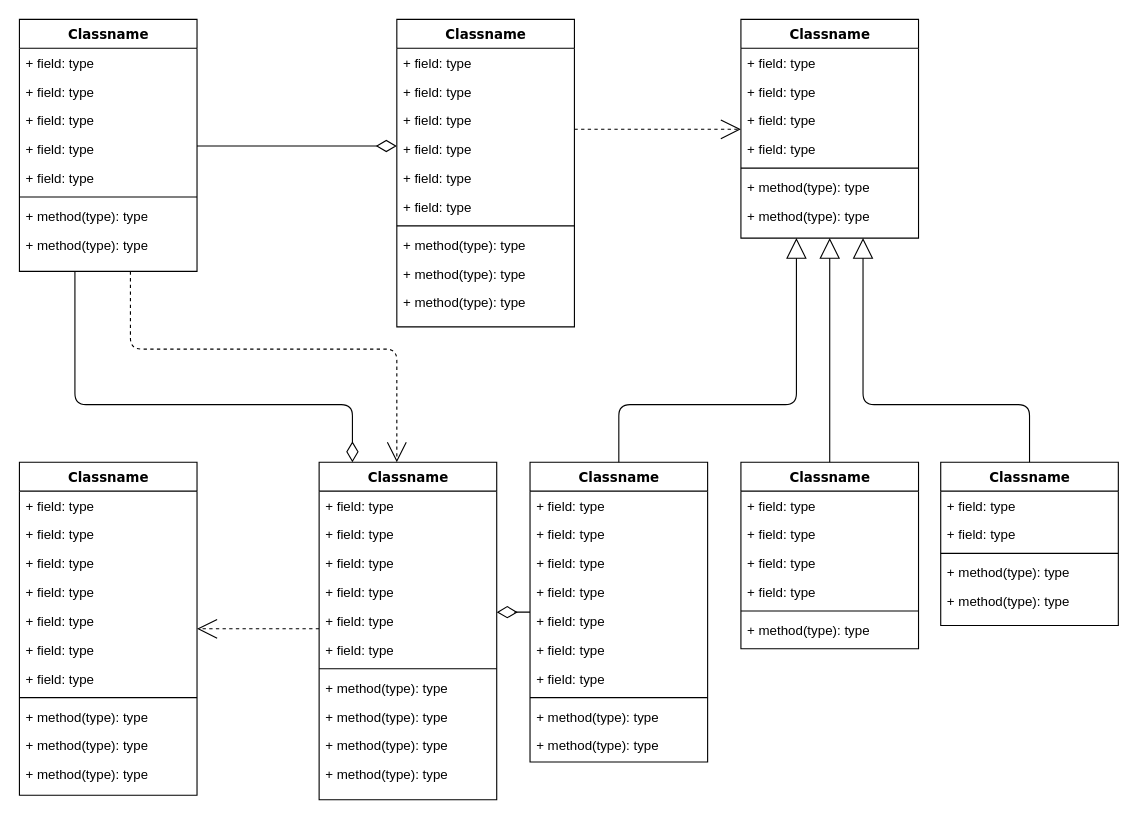
Earlier version of the draw.io diagram 需求分析.drawio (ScarboroughCoral/Draw.io.Storage). Source tidied: cells renumbered, new cells numbered last; positions are measured from the earlier drawing's top-left corner, leaving out a move shared by most shapes. Both pictures are drawn from the tidied source at 111%, with x=0, y=0 at pixel (19, 19).
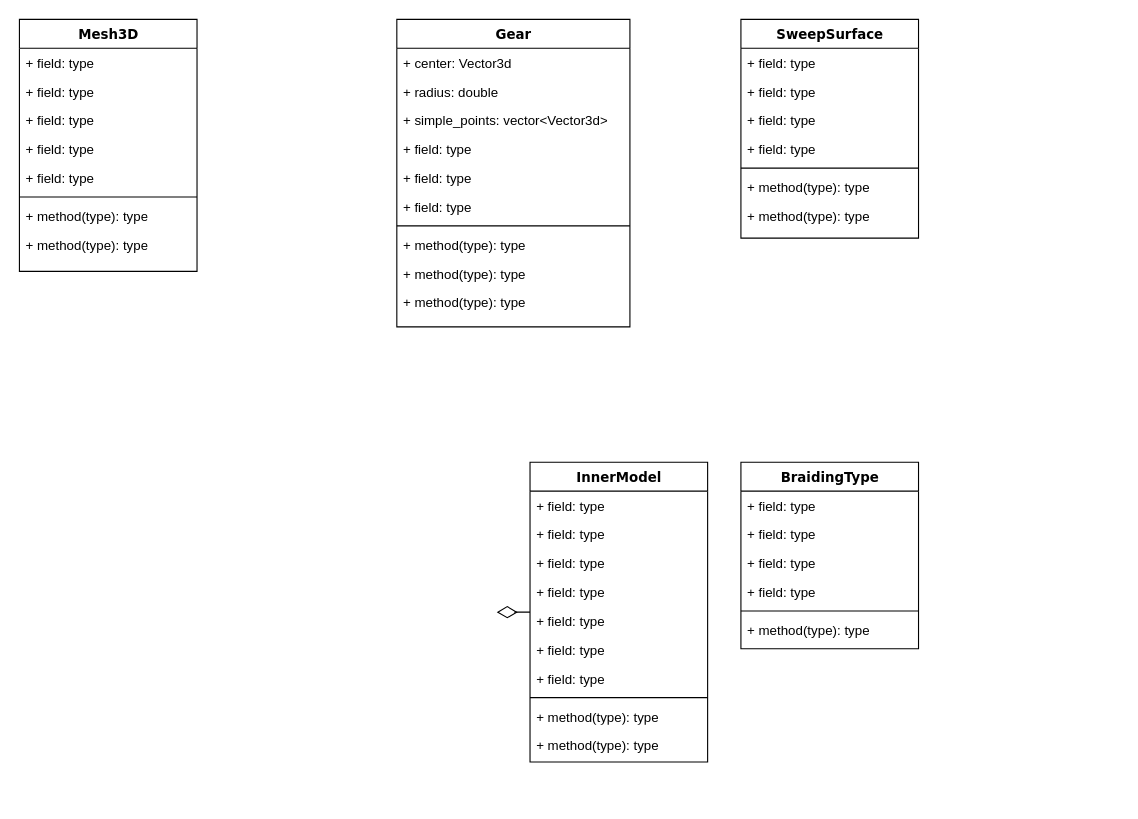
After the change.

The edit, as a diff of the source:
```diff
@@
-    <mxCell id="2" style="edgeStyle=orthogonalEdgeStyle;html=1;labelBackgroundColor=none;startFill=0;startSize=8;endArrow=open;endFill=0;endSize=16;fontFamily=Verdana;fontSize=12;dashed=1;" parent="1" edge="1" source="4" target="47">
-      <mxGeometry relative="1" as="geometry">
-        <Array as="points">
-          <mxPoint x="100" y="297" />
-          <mxPoint x="340" y="297" />
-        </Array>
-      </mxGeometry>
-    </mxCell>
-    <mxCell id="3" style="edgeStyle=orthogonalEdgeStyle;html=1;labelBackgroundColor=none;startFill=0;startSize=8;endArrow=diamondThin;endFill=0;endSize=16;fontFamily=Verdana;fontSize=12;" parent="1" edge="1" source="4" target="47">
-      <mxGeometry relative="1" as="geometry">
-        <Array as="points">
-          <mxPoint x="50" y="347" />
-          <mxPoint x="300" y="347" />
-        </Array>
-      </mxGeometry>
-    </mxCell>
-    <mxCell id="4" value="Classname" style="swimlane;html=1;fontStyle=1;align=center;verticalAlign=top;horizontal=1;startSize=26;swimlaneFillColor=#ffffff;rounded=0;shadow=0;comic=0;labelBackgroundColor=none;strokeWidth=1;fillColor=none;fontFamily=Verdana;fontSize=12;" parent="1" vertex="1">
+    <mxCell id="4" value="Mesh3D" style="swimlane;html=1;fontStyle=1;align=center;verticalAlign=top;horizontal=1;startSize=26;swimlaneFillColor=#ffffff;rounded=0;shadow=0;comic=0;labelBackgroundColor=none;strokeWidth=1;fillColor=none;fontFamily=Verdana;fontSize=12;" parent="1" vertex="1">
       <mxGeometry width="160" height="227" as="geometry" />
     </mxCell>
@@
-    <mxCell id="13" style="edgeStyle=elbowEdgeStyle;html=1;labelBackgroundColor=none;startFill=0;startSize=8;endArrow=open;endFill=0;endSize=16;fontFamily=Verdana;fontSize=12;elbow=vertical;dashed=1;" parent="1" edge="1" source="14" target="25">
-      <mxGeometry relative="1" as="geometry" />
-    </mxCell>
-    <mxCell id="14" value="Classname" style="swimlane;html=1;fontStyle=1;align=center;verticalAlign=top;horizontal=1;startSize=26;swimlaneFillColor=#ffffff;rounded=0;shadow=0;comic=0;labelBackgroundColor=none;strokeWidth=1;fillColor=none;fontFamily=Verdana;fontSize=12;" parent="1" vertex="1">
-      <mxGeometry x="340" width="160" height="277" as="geometry" />
+    <mxCell id="14" value="Gear" style="swimlane;html=1;fontStyle=1;align=center;verticalAlign=top;horizontal=1;startSize=26;swimlaneFillColor=#ffffff;rounded=0;shadow=0;comic=0;labelBackgroundColor=none;strokeWidth=1;fillColor=none;fontFamily=Verdana;fontSize=12;" parent="1" vertex="1">
+      <mxGeometry x="340" width="210" height="277" as="geometry" />
     </mxCell>
-    <mxCell id="15" value="+ field: type" style="text;html=1;strokeColor=none;fillColor=none;align=left;verticalAlign=top;spacingLeft=4;spacingRight=4;whiteSpace=wrap;overflow=hidden;" parent="14" vertex="1">
-      <mxGeometry y="26" width="160" height="26" as="geometry" />
+    <mxCell id="15" value="+ center: Vector3d" style="text;html=1;strokeColor=none;fillColor=none;align=left;verticalAlign=top;spacingLeft=4;spacingRight=4;whiteSpace=wrap;overflow=hidden;" parent="14" vertex="1">
+      <mxGeometry y="26" width="210" height="26" as="geometry" />
     </mxCell>
-    <mxCell id="16" value="+ field: type" style="text;html=1;strokeColor=none;fillColor=none;align=left;verticalAlign=top;spacingLeft=4;spacingRight=4;whiteSpace=wrap;overflow=hidden;" parent="14" vertex="1">
-      <mxGeometry y="52" width="160" height="26" as="geometry" />
+    <mxCell id="16" value="+ radius: double" style="text;html=1;strokeColor=none;fillColor=none;align=left;verticalAlign=top;spacingLeft=4;spacingRight=4;whiteSpace=wrap;overflow=hidden;" parent="14" vertex="1">
+      <mxGeometry y="52" width="210" height="26" as="geometry" />
     </mxCell>
-    <mxCell id="17" value="+ field: type" style="text;html=1;strokeColor=none;fillColor=none;align=left;verticalAlign=top;spacingLeft=4;spacingRight=4;whiteSpace=wrap;overflow=hidden;" parent="14" vertex="1">
-      <mxGeometry y="78" width="160" height="26" as="geometry" />
+    <mxCell id="17" value="+ simple_points: vector&amp;lt;Vector3d&amp;gt;" style="text;html=1;strokeColor=none;fillColor=none;align=left;verticalAlign=top;spacingLeft=4;spacingRight=4;whiteSpace=wrap;overflow=hidden;" parent="14" vertex="1">
+      <mxGeometry y="78" width="210" height="26" as="geometry" />
     </mxCell>
     <mxCell id="18" value="+ field: type" style="text;html=1;strokeColor=none;fillColor=none;align=left;verticalAlign=top;spacingLeft=4;spacingRight=4;whiteSpace=wrap;overflow=hidden;" parent="14" vertex="1">
-      <mxGeometry y="104" width="160" height="26" as="geometry" />
+      <mxGeometry y="104" width="210" height="26" as="geometry" />
     </mxCell>
     <mxCell id="19" value="+ field: type" style="text;html=1;strokeColor=none;fillColor=none;align=left;verticalAlign=top;spacingLeft=4;spacingRight=4;whiteSpace=wrap;overflow=hidden;" parent="14" vertex="1">
-      <mxGeometry y="130" width="160" height="26" as="geometry" />
+      <mxGeometry y="130" width="210" height="26" as="geometry" />
     </mxCell>
     <mxCell id="20" value="+ field: type" style="text;html=1;strokeColor=none;fillColor=none;align=left;verticalAlign=top;spacingLeft=4;spacingRight=4;whiteSpace=wrap;overflow=hidden;" parent="14" vertex="1">
-      <mxGeometry y="156" width="160" height="26" as="geometry" />
+      <mxGeometry y="156" width="210" height="26" as="geometry" />
     </mxCell>
     <mxCell id="21" style="line;html=1;strokeWidth=1;fillColor=none;align=left;verticalAlign=middle;spacingTop=-1;spacingLeft=3;spacingRight=3;labelPosition=right;" parent="14" vertex="1">
-      <mxGeometry y="182" width="160" height="8" as="geometry" />
+      <mxGeometry y="182" width="210" height="8" as="geometry" />
     </mxCell>
     <mxCell id="22" value="+ method(type): type" style="text;html=1;strokeColor=none;fillColor=none;align=left;verticalAlign=top;spacingLeft=4;spacingRight=4;whiteSpace=wrap;overflow=hidden;" parent="14" vertex="1">
-      <mxGeometry y="190" width="160" height="26" as="geometry" />
+      <mxGeometry y="190" width="210" height="26" as="geometry" />
     </mxCell>
     <mxCell id="23" value="+ method(type): type" style="text;html=1;strokeColor=none;fillColor=none;align=left;verticalAlign=top;spacingLeft=4;spacingRight=4;whiteSpace=wrap;overflow=hidden;" parent="14" vertex="1">
-      <mxGeometry y="216" width="160" height="26" as="geometry" />
+      <mxGeometry y="216" width="210" height="26" as="geometry" />
     </mxCell>
     <mxCell id="24" value="+ method(type): type" style="text;html=1;strokeColor=none;fillColor=none;align=left;verticalAlign=top;spacingLeft=4;spacingRight=4;whiteSpace=wrap;overflow=hidden;" parent="14" vertex="1">
-      <mxGeometry y="242" width="160" height="26" as="geometry" />
+      <mxGeometry y="242" width="210" height="26" as="geometry" />
     </mxCell>
-    <mxCell id="25" value="Classname" style="swimlane;html=1;fontStyle=1;align=center;verticalAlign=top;horizontal=1;startSize=26;swimlaneFillColor=#ffffff;rounded=0;shadow=0;comic=0;labelBackgroundColor=none;strokeWidth=1;fillColor=none;fontFamily=Verdana;fontSize=12;" parent="1" vertex="1">
+    <mxCell id="25" value="SweepSurface" style="swimlane;html=1;fontStyle=1;align=center;verticalAlign=top;horizontal=1;startSize=26;swimlaneFillColor=#ffffff;rounded=0;shadow=0;comic=0;labelBackgroundColor=none;strokeWidth=1;fillColor=none;fontFamily=Verdana;fontSize=12;" parent="1" vertex="1">
       <mxGeometry x="650" width="160" height="197" as="geometry" />
     </mxCell>
@@
-    <mxCell id="33" style="edgeStyle=elbowEdgeStyle;html=1;labelBackgroundColor=none;startFill=0;startSize=8;endArrow=open;endFill=0;endSize=16;fontFamily=Verdana;fontSize=12;elbow=vertical;dashed=1;" parent="1" edge="1" source="47" target="34">
-      <mxGeometry relative="1" as="geometry" />
-    </mxCell>
-    <mxCell id="34" value="Classname" style="swimlane;html=1;fontStyle=1;align=center;verticalAlign=top;horizontal=1;startSize=26;swimlaneFillColor=#ffffff;rounded=0;shadow=0;comic=0;labelBackgroundColor=none;strokeWidth=1;fillColor=none;fontFamily=Verdana;fontSize=12;" parent="1" vertex="1">
-      <mxGeometry y="399" width="160" height="300" as="geometry" />
-    </mxCell>
-    <mxCell id="35" value="+ field: type" style="text;html=1;strokeColor=none;fillColor=none;align=left;verticalAlign=top;spacingLeft=4;spacingRight=4;whiteSpace=wrap;overflow=hidden;" parent="34" vertex="1">
-      <mxGeometry y="26" width="160" height="26" as="geometry" />
-    </mxCell>
-    <mxCell id="36" value="+ field: type" style="text;html=1;strokeColor=none;fillColor=none;align=left;verticalAlign=top;spacingLeft=4;spacingRight=4;whiteSpace=wrap;overflow=hidden;" parent="34" vertex="1">
-      <mxGeometry y="52" width="160" height="26" as="geometry" />
-    </mxCell>
-    <mxCell id="37" value="+ field: type" style="text;html=1;strokeColor=none;fillColor=none;align=left;verticalAlign=top;spacingLeft=4;spacingRight=4;whiteSpace=wrap;overflow=hidden;" parent="34" vertex="1">
-      <mxGeometry y="78" width="160" height="26" as="geometry" />
-    </mxCell>
-    <mxCell id="38" value="+ field: type" style="text;html=1;strokeColor=none;fillColor=none;align=left;verticalAlign=top;spacingLeft=4;spacingRight=4;whiteSpace=wrap;overflow=hidden;" parent="34" vertex="1">
-      <mxGeometry y="104" width="160" height="26" as="geometry" />
-    </mxCell>
-    <mxCell id="39" value="+ field: type" style="text;html=1;strokeColor=none;fillColor=none;align=left;verticalAlign=top;spacingLeft=4;spacingRight=4;whiteSpace=wrap;overflow=hidden;" parent="34" vertex="1">
-      <mxGeometry y="130" width="160" height="26" as="geometry" />
-    </mxCell>
-    <mxCell id="40" value="+ field: type" style="text;html=1;strokeColor=none;fillColor=none;align=left;verticalAlign=top;spacingLeft=4;spacingRight=4;whiteSpace=wrap;overflow=hidden;" parent="34" vertex="1">
-      <mxGeometry y="156" width="160" height="26" as="geometry" />
-    </mxCell>
-    <mxCell id="41" value="+ field: type" style="text;html=1;strokeColor=none;fillColor=none;align=left;verticalAlign=top;spacingLeft=4;spacingRight=4;whiteSpace=wrap;overflow=hidden;" parent="34" vertex="1">
-      <mxGeometry y="182" width="160" height="26" as="geometry" />
-    </mxCell>
-    <mxCell id="42" style="line;html=1;strokeWidth=1;fillColor=none;align=left;verticalAlign=middle;spacingTop=-1;spacingLeft=3;spacingRight=3;labelPosition=right;" parent="34" vertex="1">
-      <mxGeometry y="208" width="160" height="8" as="geometry" />
-    </mxCell>
-    <mxCell id="43" value="+ method(type): type" style="text;html=1;strokeColor=none;fillColor=none;align=left;verticalAlign=top;spacingLeft=4;spacingRight=4;whiteSpace=wrap;overflow=hidden;" parent="34" vertex="1">
-      <mxGeometry y="216" width="160" height="26" as="geometry" />
-    </mxCell>
-    <mxCell id="44" value="+ method(type): type" style="text;html=1;strokeColor=none;fillColor=none;align=left;verticalAlign=top;spacingLeft=4;spacingRight=4;whiteSpace=wrap;overflow=hidden;" parent="34" vertex="1">
-      <mxGeometry y="242" width="160" height="26" as="geometry" />
-    </mxCell>
-    <mxCell id="45" value="+ method(type): type" style="text;html=1;strokeColor=none;fillColor=none;align=left;verticalAlign=top;spacingLeft=4;spacingRight=4;whiteSpace=wrap;overflow=hidden;" parent="34" vertex="1">
-      <mxGeometry y="268" width="160" height="26" as="geometry" />
-    </mxCell>
-    <mxCell id="46" style="edgeStyle=elbowEdgeStyle;html=1;labelBackgroundColor=none;startFill=0;startSize=8;endArrow=diamondThin;endFill=0;endSize=16;fontFamily=Verdana;fontSize=12;elbow=vertical;" parent="1" edge="1" source="60" target="47">
-      <mxGeometry relative="1" as="geometry" />
+    <mxCell id="46" style="edgeStyle=elbowEdgeStyle;html=1;labelBackgroundColor=none;startFill=0;startSize=8;endArrow=diamondThin;endFill=0;endSize=16;fontFamily=Verdana;fontSize=12;elbow=vertical;" parent="1" edge="1" source="60">
+      <mxGeometry relative="1" as="geometry">
+        <mxPoint x="430" y="534" as="targetPoint" />
+      </mxGeometry>
     </mxCell>
-    <mxCell id="47" value="Classname" style="swimlane;html=1;fontStyle=1;align=center;verticalAlign=top;horizontal=1;startSize=26;swimlaneFillColor=#ffffff;rounded=0;shadow=0;comic=0;labelBackgroundColor=none;strokeWidth=1;fillColor=none;fontFamily=Verdana;fontSize=12;" parent="1" vertex="1">
-      <mxGeometry x="270" y="399" width="160" height="304" as="geometry" />
-    </mxCell>
-    <mxCell id="48" value="+ field: type" style="text;html=1;strokeColor=none;fillColor=none;align=left;verticalAlign=top;spacingLeft=4;spacingRight=4;whiteSpace=wrap;overflow=hidden;" parent="47" vertex="1">
-      <mxGeometry y="26" width="160" height="26" as="geometry" />
-    </mxCell>
-    <mxCell id="49" value="+ field: type" style="text;html=1;strokeColor=none;fillColor=none;align=left;verticalAlign=top;spacingLeft=4;spacingRight=4;whiteSpace=wrap;overflow=hidden;" parent="47" vertex="1">
-      <mxGeometry y="52" width="160" height="26" as="geometry" />
-    </mxCell>
-    <mxCell id="50" value="+ field: type" style="text;html=1;strokeColor=none;fillColor=none;align=left;verticalAlign=top;spacingLeft=4;spacingRight=4;whiteSpace=wrap;overflow=hidden;" parent="47" vertex="1">
-      <mxGeometry y="78" width="160" height="26" as="geometry" />
-    </mxCell>
-    <mxCell id="51" value="+ field: type" style="text;html=1;strokeColor=none;fillColor=none;align=left;verticalAlign=top;spacingLeft=4;spacingRight=4;whiteSpace=wrap;overflow=hidden;" parent="47" vertex="1">
-      <mxGeometry y="104" width="160" height="26" as="geometry" />
-    </mxCell>
-    <mxCell id="52" value="+ field: type" style="text;html=1;strokeColor=none;fillColor=none;align=left;verticalAlign=top;spacingLeft=4;spacingRight=4;whiteSpace=wrap;overflow=hidden;" parent="47" vertex="1">
-      <mxGeometry y="130" width="160" height="26" as="geometry" />
-    </mxCell>
-    <mxCell id="53" value="+ field: type" style="text;html=1;strokeColor=none;fillColor=none;align=left;verticalAlign=top;spacingLeft=4;spacingRight=4;whiteSpace=wrap;overflow=hidden;" parent="47" vertex="1">
-      <mxGeometry y="156" width="160" height="26" as="geometry" />
-    </mxCell>
-    <mxCell id="54" style="line;html=1;strokeWidth=1;fillColor=none;align=left;verticalAlign=middle;spacingTop=-1;spacingLeft=3;spacingRight=3;labelPosition=right;" parent="47" vertex="1">
-      <mxGeometry y="182" width="160" height="8" as="geometry" />
-    </mxCell>
-    <mxCell id="55" value="+ method(type): type" style="text;html=1;strokeColor=none;fillColor=none;align=left;verticalAlign=top;spacingLeft=4;spacingRight=4;whiteSpace=wrap;overflow=hidden;" parent="47" vertex="1">
-      <mxGeometry y="190" width="160" height="26" as="geometry" />
-    </mxCell>
-    <mxCell id="56" value="+ method(type): type" style="text;html=1;strokeColor=none;fillColor=none;align=left;verticalAlign=top;spacingLeft=4;spacingRight=4;whiteSpace=wrap;overflow=hidden;" parent="47" vertex="1">
-      <mxGeometry y="216" width="160" height="26" as="geometry" />
-    </mxCell>
-    <mxCell id="57" value="+ method(type): type" style="text;html=1;strokeColor=none;fillColor=none;align=left;verticalAlign=top;spacingLeft=4;spacingRight=4;whiteSpace=wrap;overflow=hidden;" parent="47" vertex="1">
-      <mxGeometry y="242" width="160" height="26" as="geometry" />
-    </mxCell>
-    <mxCell id="58" value="+ method(type): type" style="text;html=1;strokeColor=none;fillColor=none;align=left;verticalAlign=top;spacingLeft=4;spacingRight=4;whiteSpace=wrap;overflow=hidden;" parent="47" vertex="1">
-      <mxGeometry y="268" width="160" height="26" as="geometry" />
-    </mxCell>
-    <mxCell id="59" style="edgeStyle=orthogonalEdgeStyle;html=1;labelBackgroundColor=none;startFill=0;startSize=8;endArrow=block;endFill=0;endSize=16;fontFamily=Verdana;fontSize=12;" parent="1" edge="1" source="60" target="25">
-      <mxGeometry relative="1" as="geometry">
-        <Array as="points">
-          <mxPoint x="540" y="347" />
-          <mxPoint x="700" y="347" />
-        </Array>
-      </mxGeometry>
-    </mxCell>
-    <mxCell id="60" value="Classname" style="swimlane;html=1;fontStyle=1;align=center;verticalAlign=top;horizontal=1;startSize=26;swimlaneFillColor=#ffffff;rounded=0;shadow=0;comic=0;labelBackgroundColor=none;strokeWidth=1;fillColor=none;fontFamily=Verdana;fontSize=12;" parent="1" vertex="1">
+    <mxCell id="60" value="InnerModel" style="swimlane;html=1;fontStyle=1;align=center;verticalAlign=top;horizontal=1;startSize=26;swimlaneFillColor=#ffffff;rounded=0;shadow=0;comic=0;labelBackgroundColor=none;strokeWidth=1;fillColor=none;fontFamily=Verdana;fontSize=12;" parent="1" vertex="1">
       <mxGeometry x="460" y="399" width="160" height="270" as="geometry" />
     </mxCell>
@@
-    <mxCell id="71" style="edgeStyle=orthogonalEdgeStyle;html=1;labelBackgroundColor=none;startFill=0;startSize=8;endArrow=block;endFill=0;endSize=16;fontFamily=Verdana;fontSize=12;" parent="1" edge="1" source="72" target="25">
-      <mxGeometry relative="1" as="geometry" />
-    </mxCell>
-    <mxCell id="72" value="Classname" style="swimlane;html=1;fontStyle=1;align=center;verticalAlign=top;horizontal=1;startSize=26;swimlaneFillColor=#ffffff;rounded=0;shadow=0;comic=0;labelBackgroundColor=none;strokeWidth=1;fillColor=none;fontFamily=Verdana;fontSize=12;" parent="1" vertex="1">
+    <mxCell id="72" value="BraidingType" style="swimlane;html=1;fontStyle=1;align=center;verticalAlign=top;horizontal=1;startSize=26;swimlaneFillColor=#ffffff;rounded=0;shadow=0;comic=0;labelBackgroundColor=none;strokeWidth=1;fillColor=none;fontFamily=Verdana;fontSize=12;" parent="1" vertex="1">
       <mxGeometry x="650" y="399" width="160" height="168" as="geometry" />
     </mxCell>
@@
-    <mxCell id="79" style="edgeStyle=orthogonalEdgeStyle;html=1;labelBackgroundColor=none;startFill=0;startSize=8;endArrow=block;endFill=0;endSize=16;fontFamily=Verdana;fontSize=12;" parent="1" edge="1" source="80" target="25">
-      <mxGeometry relative="1" as="geometry">
-        <Array as="points">
-          <mxPoint x="910" y="347" />
-          <mxPoint x="760" y="347" />
-        </Array>
-      </mxGeometry>
-    </mxCell>
-    <mxCell id="80" value="Classname" style="swimlane;html=1;fontStyle=1;align=center;verticalAlign=top;horizontal=1;startSize=26;swimlaneFillColor=#ffffff;rounded=0;shadow=0;comic=0;labelBackgroundColor=none;strokeWidth=1;fillColor=none;fontFamily=Verdana;fontSize=12;" parent="1" vertex="1">
-      <mxGeometry x="830" y="399" width="160" height="147" as="geometry" />
-    </mxCell>
-    <mxCell id="81" value="+ field: type" style="text;html=1;strokeColor=none;fillColor=none;align=left;verticalAlign=top;spacingLeft=4;spacingRight=4;whiteSpace=wrap;overflow=hidden;" parent="80" vertex="1">
-      <mxGeometry y="26" width="160" height="26" as="geometry" />
-    </mxCell>
-    <mxCell id="82" value="+ field: type" style="text;html=1;strokeColor=none;fillColor=none;align=left;verticalAlign=top;spacingLeft=4;spacingRight=4;whiteSpace=wrap;overflow=hidden;" parent="80" vertex="1">
-      <mxGeometry y="52" width="160" height="26" as="geometry" />
-    </mxCell>
-    <mxCell id="83" style="line;html=1;strokeWidth=1;fillColor=none;align=left;verticalAlign=middle;spacingTop=-1;spacingLeft=3;spacingRight=3;labelPosition=right;" parent="80" vertex="1">
-      <mxGeometry y="78" width="160" height="8" as="geometry" />
-    </mxCell>
-    <mxCell id="84" value="+ method(type): type" style="text;html=1;strokeColor=none;fillColor=none;align=left;verticalAlign=top;spacingLeft=4;spacingRight=4;whiteSpace=wrap;overflow=hidden;" parent="80" vertex="1">
-      <mxGeometry y="86" width="160" height="26" as="geometry" />
-    </mxCell>
-    <mxCell id="85" value="+ method(type): type" style="text;html=1;strokeColor=none;fillColor=none;align=left;verticalAlign=top;spacingLeft=4;spacingRight=4;whiteSpace=wrap;overflow=hidden;" parent="80" vertex="1">
-      <mxGeometry y="112" width="160" height="26" as="geometry" />
-    </mxCell>
-    <mxCell id="86" style="edgeStyle=elbowEdgeStyle;html=1;labelBackgroundColor=none;startFill=0;startSize=8;endArrow=diamondThin;endFill=0;endSize=16;fontFamily=Verdana;fontSize=12;elbow=vertical;" parent="1" edge="1" source="4" target="14">
-      <mxGeometry relative="1" as="geometry" />
-    </mxCell>
```
